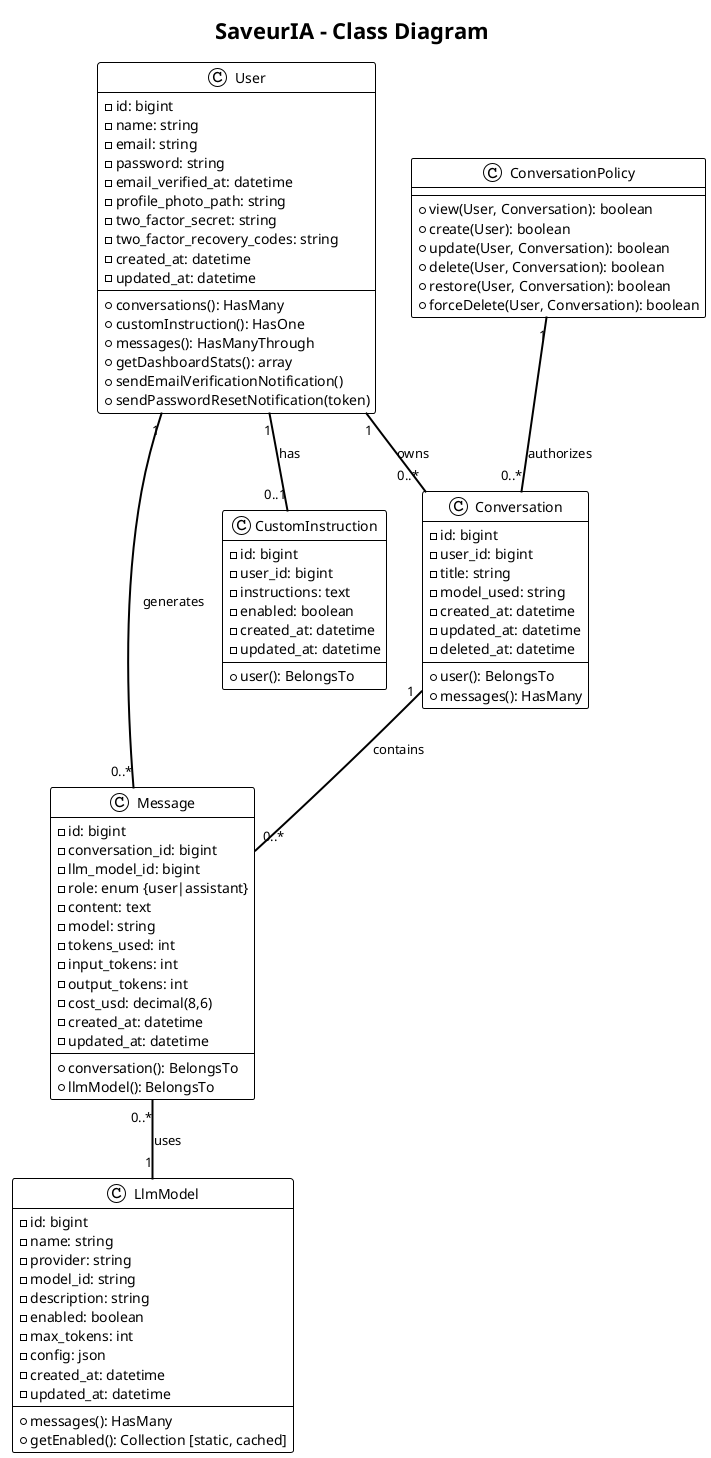
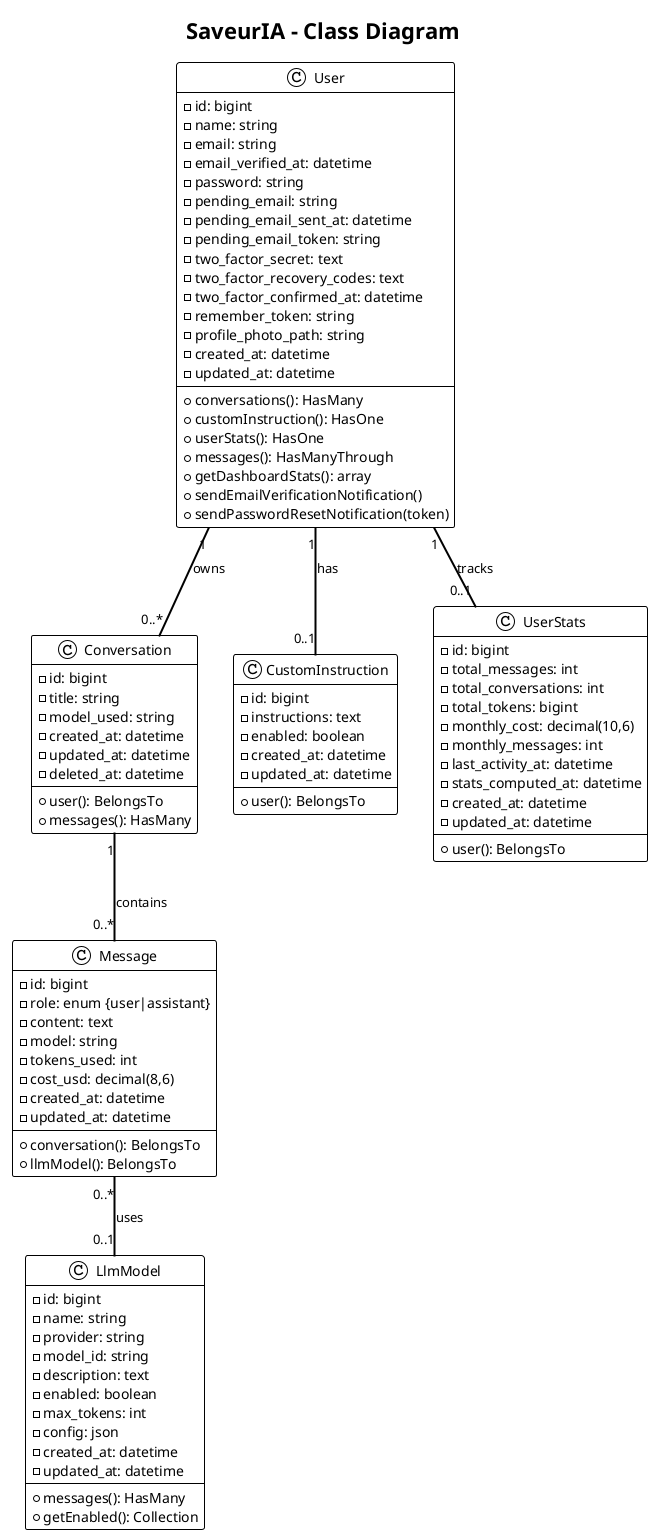
- @startuml SaveurIA_ClassDiagram
+ @startuml MiniChatGPT_ClassDiagram
title SaveurIA - Class Diagram

!theme plain
skinparam classBackgroundColor #FFFFFF
skinparam classBorderColor #000000
skinparam classArrowThickness 2
skinparam arrowColor #000000
skinparam attributeIconSize 0

' ==================== ENTITIES ====================

class User {
    - id: bigint
    - name: string
    - email: string
+     - email_verified_at: datetime
    - password: string
-     - email_verified_at: datetime
+     - pending_email: string
+     - pending_email_sent_at: datetime
+     - pending_email_token: string
+     - two_factor_secret: text
+     - two_factor_recovery_codes: text
+     - two_factor_confirmed_at: datetime
+     - remember_token: string
    - profile_photo_path: string
-     - two_factor_secret: string
-     - two_factor_recovery_codes: string
    - created_at: datetime
    - updated_at: datetime
    ---
    + conversations(): HasMany
    + customInstruction(): HasOne
+     + userStats(): HasOne
    + messages(): HasManyThrough
    + getDashboardStats(): array
    + sendEmailVerificationNotification()
    + sendPasswordResetNotification(token)
}

class Conversation {
    - id: bigint
-     - user_id: bigint
    - title: string
    - model_used: string
    - created_at: datetime
    - updated_at: datetime
    - deleted_at: datetime
    ---
    + user(): BelongsTo
    + messages(): HasMany
}

class Message {
    - id: bigint
-     - conversation_id: bigint
-     - llm_model_id: bigint
    - role: enum {user|assistant}
    - content: text
    - model: string
    - tokens_used: int
-     - input_tokens: int
-     - output_tokens: int
    - cost_usd: decimal(8,6)
    - created_at: datetime
    - updated_at: datetime
    ---
    + conversation(): BelongsTo
    + llmModel(): BelongsTo
}

class CustomInstruction {
    - id: bigint
-     - user_id: bigint
    - instructions: text
    - enabled: boolean
    - created_at: datetime
    - updated_at: datetime
    ---
    + user(): BelongsTo
}

class LlmModel {
    - id: bigint
    - name: string
    - provider: string
    - model_id: string
-     - description: string
+     - description: text
    - enabled: boolean
    - max_tokens: int
    - config: json
    - created_at: datetime
    - updated_at: datetime
    ---
    + messages(): HasMany
-     + getEnabled(): Collection [static, cached]
+     + getEnabled(): Collection
}

- class ConversationPolicy {
-     + view(User, Conversation): boolean
-     + create(User): boolean
-     + update(User, Conversation): boolean
-     + delete(User, Conversation): boolean
-     + restore(User, Conversation): boolean
-     + forceDelete(User, Conversation): boolean
+ class UserStats {
+     - id: bigint
+     - total_messages: int
+     - total_conversations: int
+     - total_tokens: bigint
+     - monthly_cost: decimal(10,6)
+     - monthly_messages: int
+     - last_activity_at: datetime
+     - stats_computed_at: datetime
+     - created_at: datetime
+     - updated_at: datetime
+     ---
+     + user(): BelongsTo
}

' ==================== RELATIONS ====================

' UML Cardinalities:
- ' 1 = exactly 1
- ' 0..1 = 0 or 1 (optional)
- ' 0..* = 0 or more (collection)
- ' 1..* = 1 or more
+ ' 1     = exactly 1
+ ' 0..1  = 0 or 1 (optional)
+ ' 0..*  = 0 or more (collection)
+ ' 1..*  = 1 or more

User "1" -- "0..*" Conversation : owns
Conversation "1" -- "0..*" Message : contains
User "1" -- "0..1" CustomInstruction : has
- Message "0..*" -- "1" LlmModel : uses
- User "1" -- "0..*" Message : generates
- ConversationPolicy "1" -- "0..*" Conversation : authorizes
+ User "1" -- "0..1" UserStats : tracks
+ Message "0..*" -- "0..1" LlmModel : uses

@enduml
